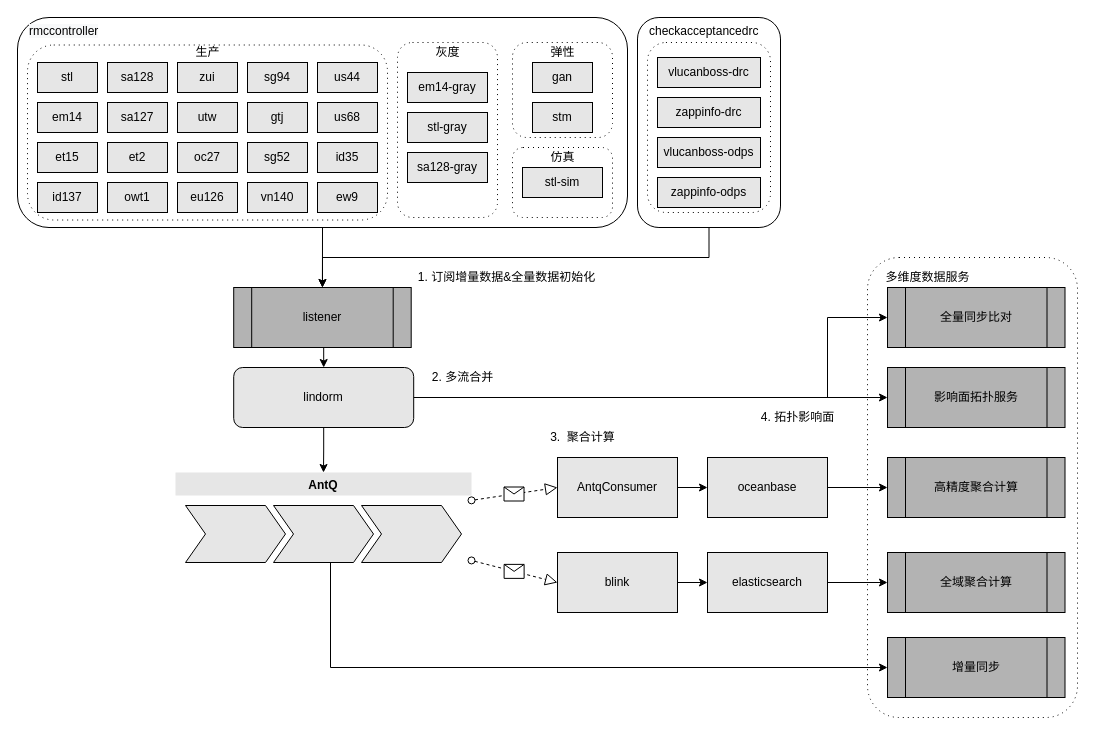
Earlier version of the draw.io diagram 蚂蚁金服/RMC/蚂蚁金服-RMC-[20200904]-数据链路.drawio (frankneu/draw.io). Source tidied: cells renumbered, new cells numbered last; positions are measured from the earlier drawing's top-left corner, leaving out a move shared by most shapes. Both pictures are drawn from the tidied source at 100%, with x=0, y=0 at pixel (17, 17).
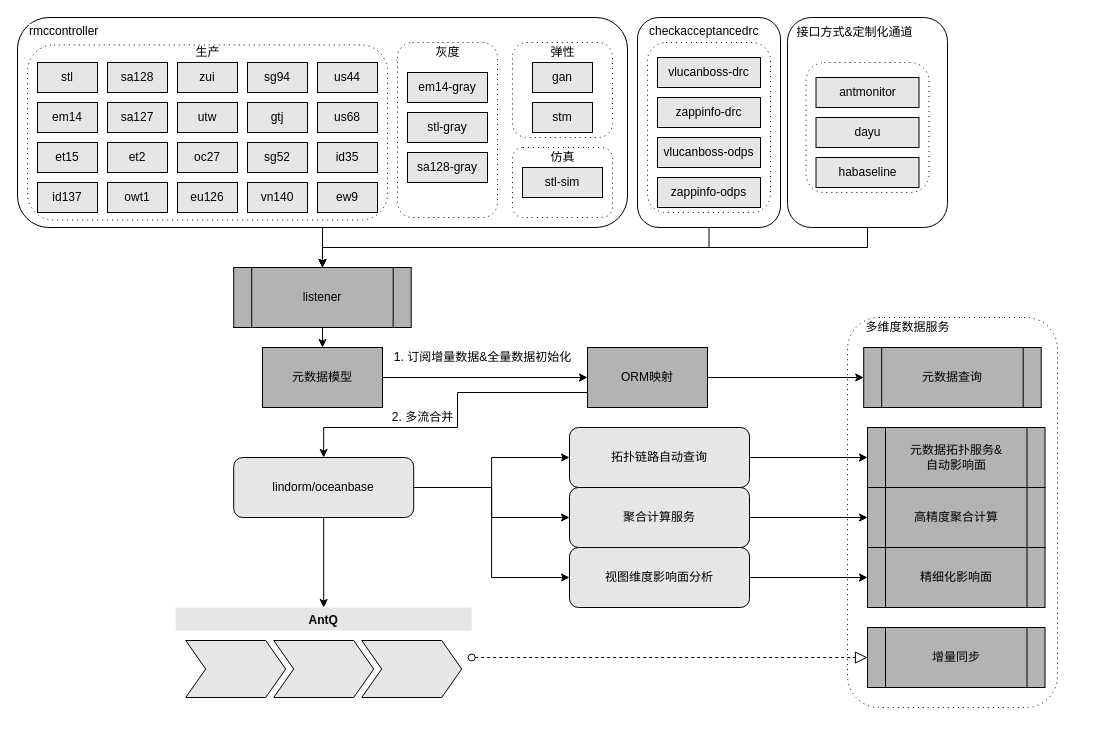
The same diagram, later.

Commit message:
Update 蚂蚁金服-RMC-[20200904]-数据链路.drawio

The change refers to these unchanged cells:
```xml
<mxCell id="72" style="shape=step;perimeter=stepPerimeter;fixedSize=1;points=[];fillColor=#E6E6E6;" parent="70" vertex="1">
  <mxGeometry x="98" y="33" width="100" height="57" as="geometry" />
</mxCell>
```

What changed in the source:
```diff
@@
     <mxCell id="8" style="shape=ext;rounded=1;html=1;whiteSpace=wrap;dashed=1;dashPattern=1 4;" parent="1" vertex="1">
-      <mxGeometry x="850" y="240" width="210" height="460" as="geometry" />
+      <mxGeometry x="830" y="300" width="210" height="390" as="geometry" />
     </mxCell>
@@
-    <mxCell id="30" style="edgeStyle=orthogonalEdgeStyle;rounded=0;jettySize=auto;html=1;exitX=1;exitY=0.5;exitDx=0;exitDy=0;entryX=0;entryY=0.5;entryDx=0;entryDy=0;strokeColor=#000000;fillColor=#E6E6E6;" parent="1" edge="1" source="31" target="66">
-      <mxGeometry relative="1" as="geometry" />
-    </mxCell>
-    <mxCell id="31" value="oceanbase" style="whiteSpace=wrap;html=1;rounded=0;fillColor=#E6E6E6;" parent="1" vertex="1">
-      <mxGeometry x="690" y="440" width="120" height="60" as="geometry" />
-    </mxCell>
-    <mxCell id="32" style="edgeStyle=orthogonalEdgeStyle;rounded=0;jettySize=auto;html=1;fillColor=#E6E6E6;" parent="1" edge="1" source="33" target="35">
-      <mxGeometry relative="1" as="geometry" />
-    </mxCell>
-    <mxCell id="33" value="blink" style="whiteSpace=wrap;html=1;rounded=0;fillColor=#E6E6E6;" parent="1" vertex="1">
-      <mxGeometry x="540" y="535" width="120" height="60" as="geometry" />
-    </mxCell>
-    <mxCell id="34" style="edgeStyle=orthogonalEdgeStyle;rounded=0;jettySize=auto;html=1;exitX=1;exitY=0.5;exitDx=0;exitDy=0;entryX=0;entryY=0.5;entryDx=0;entryDy=0;strokeColor=#000000;fillColor=#E6E6E6;" parent="1" edge="1" source="35" target="67">
-      <mxGeometry relative="1" as="geometry" />
-    </mxCell>
-    <mxCell id="35" value="elasticsearch" style="whiteSpace=wrap;html=1;rounded=0;fillColor=#E6E6E6;" parent="1" vertex="1">
-      <mxGeometry x="690" y="535" width="120" height="60" as="geometry" />
-    </mxCell>
@@
-    <mxCell id="37" style="edgeStyle=orthogonalEdgeStyle;rounded=0;jettySize=auto;html=1;exitX=1;exitY=0.5;exitDx=0;exitDy=0;strokeColor=#000000;fillColor=#E6E6E6;entryX=0;entryY=0.5;entryDx=0;entryDy=0;" parent="1" edge="1" source="39" target="65">
-      <mxGeometry relative="1" as="geometry" />
-    </mxCell>
-    <mxCell id="38" style="edgeStyle=orthogonalEdgeStyle;rounded=0;jettySize=auto;html=1;exitX=1;exitY=0.5;exitDx=0;exitDy=0;entryX=0;entryY=0.5;entryDx=0;entryDy=0;" parent="1" edge="1" source="39" target="78">
-      <mxGeometry relative="1" as="geometry">
-        <Array as="points">
-          <mxPoint x="810" y="380" />
-          <mxPoint x="810" y="300" />
-        </Array>
-      </mxGeometry>
-    </mxCell>
+    <mxCell id="82" style="edgeStyle=orthogonalEdgeStyle;rounded=0;jettySize=auto;html=1;exitX=1;exitY=0.5;exitDx=0;exitDy=0;entryX=0;entryY=0.5;entryDx=0;entryDy=0;" parent="1" edge="1" source="39" target="92">
+      <mxGeometry relative="1" as="geometry" />
+    </mxCell>
+    <mxCell id="83" style="edgeStyle=orthogonalEdgeStyle;rounded=0;jettySize=auto;html=1;exitX=1;exitY=0.5;exitDx=0;exitDy=0;entryX=0;entryY=0.5;entryDx=0;entryDy=0;" parent="1" edge="1" source="39" target="94">
+      <mxGeometry relative="1" as="geometry" />
+    </mxCell>
+    <mxCell id="84" style="edgeStyle=orthogonalEdgeStyle;rounded=0;jettySize=auto;html=1;exitX=1;exitY=0.5;exitDx=0;exitDy=0;entryX=0;entryY=0.5;entryDx=0;entryDy=0;" parent="1" edge="1" source="39" target="103">
+      <mxGeometry relative="1" as="geometry" />
+    </mxCell>
-    <mxCell id="39" value="lindorm" style="rounded=1;whiteSpace=wrap;html=1;fillColor=#E6E6E6;" parent="1" vertex="1">
-      <mxGeometry x="216.2" y="350" width="180" height="60" as="geometry" />
+    <mxCell id="39" value="lindorm/oceanbase" style="rounded=1;whiteSpace=wrap;html=1;fillColor=#E6E6E6;" parent="1" vertex="1">
+      <mxGeometry x="216.2" y="440" width="180" height="60" as="geometry" />
     </mxCell>
@@
-    <mxCell id="57" style="startArrow=oval;startFill=0;startSize=7;endArrow=block;endFill=0;endSize=10;dashed=1;html=1;strokeColor=#000000;fillColor=#E6E6E6;entryX=0;entryY=0.5;entryDx=0;entryDy=0;" parent="1" edge="1" source="70" target="60">
+    <mxCell id="57" style="startArrow=oval;startFill=0;startSize=7;endArrow=block;endFill=0;endSize=10;dashed=1;html=1;strokeColor=#000000;fillColor=#E6E6E6;entryX=0;entryY=0.5;entryDx=0;entryDy=0;" parent="1" edge="1" source="70" target="68">
       <mxGeometry relative="1" as="geometry" />
     </mxCell>
-    <mxCell id="58" style="shape=message;html=1;" parent="57" vertex="1">
-      <mxGeometry width="20" height="14" relative="1" as="geometry">
-        <mxPoint x="-10" y="-7" as="offset" />
-      </mxGeometry>
-    </mxCell>
-    <mxCell id="59" style="edgeStyle=orthogonalEdgeStyle;rounded=0;jettySize=auto;html=1;exitX=1;exitY=0.5;exitDx=0;exitDy=0;entryX=0;entryY=0.5;entryDx=0;entryDy=0;strokeColor=#000000;fillColor=#E6E6E6;" parent="1" edge="1" source="60" target="31">
-      <mxGeometry relative="1" as="geometry" />
-    </mxCell>
-    <mxCell id="60" value="AntqConsumer" style="whiteSpace=wrap;html=1;rounded=0;fillColor=#E6E6E6;" parent="1" vertex="1">
-      <mxGeometry x="540" y="440" width="120" height="60" as="geometry" />
-    </mxCell>
@@
-    <mxCell id="63" style="edgeStyle=orthogonalEdgeStyle;rounded=0;jettySize=auto;html=1;exitX=0.5;exitY=1;exitDx=0;exitDy=0;entryX=0.5;entryY=0;entryDx=0;entryDy=0;strokeColor=#000000;fillColor=#E6E6E6;" parent="1" edge="1" source="64" target="39">
-      <mxGeometry relative="1" as="geometry" />
-    </mxCell>
+    <mxCell id="85" style="edgeStyle=orthogonalEdgeStyle;rounded=0;jettySize=auto;html=1;" parent="1" edge="1" source="64" target="87">
+      <mxGeometry relative="1" as="geometry" />
+    </mxCell>
     <mxCell id="64" value="&lt;span&gt;listener&lt;/span&gt;" style="shape=process;whiteSpace=wrap;html=1;backgroundOutline=1;strokeColor=#000000;fillColor=#B3B3B3;" parent="1" vertex="1">
-      <mxGeometry x="216.2" y="270" width="177.5" height="60" as="geometry" />
+      <mxGeometry x="216.2" y="250" width="177.5" height="60" as="geometry" />
     </mxCell>
-    <mxCell id="65" value="&lt;span&gt;影响面拓扑服务&lt;/span&gt;" style="shape=process;whiteSpace=wrap;html=1;backgroundOutline=1;strokeColor=#000000;fillColor=#B3B3B3;" parent="1" vertex="1">
-      <mxGeometry x="870" y="350" width="177.5" height="60" as="geometry" />
+    <mxCell id="65" value="&lt;span&gt;元数据拓扑服务&amp;amp;&lt;br&gt;自动影响面&lt;/span&gt;" style="shape=process;whiteSpace=wrap;html=1;backgroundOutline=1;strokeColor=#000000;fillColor=#B3B3B3;" parent="1" vertex="1">
+      <mxGeometry x="850" y="410" width="177.5" height="60" as="geometry" />
     </mxCell>
     <mxCell id="66" value="&lt;span&gt;高精度聚合计算&lt;/span&gt;" style="shape=process;whiteSpace=wrap;html=1;backgroundOutline=1;strokeColor=#000000;fillColor=#B3B3B3;" parent="1" vertex="1">
-      <mxGeometry x="870" y="440" width="177.5" height="60" as="geometry" />
+      <mxGeometry x="850" y="470" width="177.5" height="60" as="geometry" />
     </mxCell>
-    <mxCell id="67" value="全域聚合计算" style="shape=process;whiteSpace=wrap;html=1;backgroundOutline=1;strokeColor=#000000;fillColor=#B3B3B3;" parent="1" vertex="1">
-      <mxGeometry x="870" y="535" width="177.5" height="60" as="geometry" />
-    </mxCell>
     <mxCell id="68" value="&lt;span&gt;增量同步&lt;/span&gt;" style="shape=process;whiteSpace=wrap;html=1;backgroundOutline=1;strokeColor=#000000;fillColor=#B3B3B3;" parent="1" vertex="1">
-      <mxGeometry x="870" y="620" width="177.5" height="60" as="geometry" />
+      <mxGeometry x="850" y="610" width="177.5" height="60" as="geometry" />
     </mxCell>
-    <mxCell id="69" style="edgeStyle=orthogonalEdgeStyle;rounded=0;jettySize=auto;html=1;entryX=0;entryY=0.5;entryDx=0;entryDy=0;strokeColor=#000000;fillColor=#E6E6E6;" parent="1" edge="1" source="72" target="68">
-      <mxGeometry relative="1" as="geometry">
-        <Array as="points">
-          <mxPoint x="313" y="650" />
-        </Array>
-      </mxGeometry>
-    </mxCell>
     <mxCell id="70" value="AntQ" style="swimlane;horizontal=1;fillColor=#E6E6E6;strokeColor=none;stackBorder=10;align=center;points=[];fontColor=#000000;" parent="1" vertex="1">
-      <mxGeometry x="158" y="455" width="296" height="100" as="geometry" />
+      <mxGeometry x="158.2" y="590" width="296" height="100" as="geometry" />
     </mxCell>
@@
     <mxCell id="74" value="多维度数据服务" style="text;html=1;align=center;verticalAlign=middle;" parent="1" vertex="1">
-      <mxGeometry x="860" y="250" width="100" height="20" as="geometry" />
+      <mxGeometry x="840" y="300" width="100" height="20" as="geometry" />
     </mxCell>
     <mxCell id="75" value="1. 订阅增量数据&amp;amp;全量数据初始化" style="text;html=1;align=center;verticalAlign=middle;" parent="1" vertex="1">
-      <mxGeometry x="393.8" y="250" width="190" height="20" as="geometry" />
+      <mxGeometry x="370" y="330" width="190" height="20" as="geometry" />
     </mxCell>
     <mxCell id="76" value="2. 多流合并" style="text;html=1;align=center;verticalAlign=middle;" parent="1" vertex="1">
-      <mxGeometry x="405" y="350" width="80" height="20" as="geometry" />
+      <mxGeometry x="365" y="390" width="80" height="20" as="geometry" />
     </mxCell>
-    <mxCell id="77" value="3.&amp;nbsp; 聚合计算" style="text;html=1;align=center;verticalAlign=middle;" parent="1" vertex="1">
-      <mxGeometry x="525" y="410" width="80" height="20" as="geometry" />
-    </mxCell>
-    <mxCell id="78" value="&lt;span&gt;全量同步比对&lt;/span&gt;" style="shape=process;whiteSpace=wrap;html=1;backgroundOutline=1;strokeColor=#000000;fillColor=#B3B3B3;" parent="1" vertex="1">
-      <mxGeometry x="870" y="270" width="177.5" height="60" as="geometry" />
+    <mxCell id="78" value="&lt;span&gt;元数据查询&lt;/span&gt;" style="shape=process;whiteSpace=wrap;html=1;backgroundOutline=1;strokeColor=#000000;fillColor=#B3B3B3;" parent="1" vertex="1">
+      <mxGeometry x="846.2" y="330" width="177.5" height="60" as="geometry" />
     </mxCell>
-    <mxCell id="79" style="startArrow=oval;startFill=0;startSize=7;endArrow=block;endFill=0;endSize=10;dashed=1;html=1;strokeColor=#000000;fillColor=#E6E6E6;entryX=0;entryY=0.5;entryDx=0;entryDy=0;" parent="1" edge="1" source="70" target="33">
-      <mxGeometry relative="1" as="geometry" />
-    </mxCell>
-    <mxCell id="80" style="shape=message;html=1;" parent="79" vertex="1">
-      <mxGeometry width="20" height="14" relative="1" as="geometry">
-        <mxPoint x="-10" y="-7" as="offset" />
-      </mxGeometry>
-    </mxCell>
-    <mxCell id="81" value="4. 拓扑影响面" style="text;html=1;align=center;verticalAlign=middle;" parent="1" vertex="1">
-      <mxGeometry x="735" y="390" width="90" height="20" as="geometry" />
-    </mxCell>
+    <mxCell id="86" style="edgeStyle=orthogonalEdgeStyle;rounded=0;jettySize=auto;html=1;" parent="1" edge="1" source="87" target="90">
+      <mxGeometry relative="1" as="geometry" />
+    </mxCell>
+    <mxCell id="87" value="元数据模型" style="whiteSpace=wrap;html=1;fillColor=#B3B3B3;" parent="1" vertex="1">
+      <mxGeometry x="245" y="330" width="120" height="60" as="geometry" />
+    </mxCell>
+    <mxCell id="88" style="edgeStyle=orthogonalEdgeStyle;rounded=0;jettySize=auto;html=1;exitX=0;exitY=0.75;exitDx=0;exitDy=0;entryX=0.5;entryY=0;entryDx=0;entryDy=0;" parent="1" edge="1" source="90" target="39">
+      <mxGeometry relative="1" as="geometry">
+        <Array as="points">
+          <mxPoint x="440" y="375" />
+          <mxPoint x="440" y="410" />
+          <mxPoint x="306" y="410" />
+        </Array>
+      </mxGeometry>
+    </mxCell>
+    <mxCell id="89" style="edgeStyle=orthogonalEdgeStyle;rounded=0;jettySize=auto;html=1;exitX=1;exitY=0.5;exitDx=0;exitDy=0;entryX=0;entryY=0.5;entryDx=0;entryDy=0;" parent="1" edge="1" source="90" target="78">
+      <mxGeometry relative="1" as="geometry" />
+    </mxCell>
+    <mxCell id="90" value="ORM映射" style="whiteSpace=wrap;html=1;fillColor=#B3B3B3;" parent="1" vertex="1">
+      <mxGeometry x="570" y="330" width="120" height="60" as="geometry" />
+    </mxCell>
+    <mxCell id="91" style="edgeStyle=orthogonalEdgeStyle;rounded=0;jettySize=auto;html=1;exitX=1;exitY=0.5;exitDx=0;exitDy=0;" parent="1" edge="1" source="92" target="65">
+      <mxGeometry relative="1" as="geometry" />
+    </mxCell>
+    <mxCell id="92" value="拓扑链路自动查询" style="rounded=1;whiteSpace=wrap;html=1;fillColor=#E6E6E6;" parent="1" vertex="1">
+      <mxGeometry x="552" y="410" width="180" height="60" as="geometry" />
+    </mxCell>
+    <mxCell id="93" style="edgeStyle=orthogonalEdgeStyle;rounded=0;jettySize=auto;html=1;exitX=1;exitY=0.5;exitDx=0;exitDy=0;" parent="1" edge="1" source="94" target="66">
+      <mxGeometry relative="1" as="geometry" />
+    </mxCell>
+    <mxCell id="94" value="聚合计算服务" style="rounded=1;whiteSpace=wrap;html=1;fillColor=#E6E6E6;" parent="1" vertex="1">
+      <mxGeometry x="552" y="470" width="180" height="60" as="geometry" />
+    </mxCell>
+    <mxCell id="95" style="edgeStyle=orthogonalEdgeStyle;rounded=0;jettySize=auto;html=1;exitX=0.5;exitY=1;exitDx=0;exitDy=0;entryX=0.5;entryY=0;entryDx=0;entryDy=0;" parent="1" edge="1" source="96" target="64">
+      <mxGeometry relative="1" as="geometry" />
+    </mxCell>
+    <mxCell id="96" style="rounded=1;whiteSpace=wrap;html=1;" parent="1" vertex="1">
+      <mxGeometry x="770" width="160" height="210" as="geometry" />
+    </mxCell>
+    <mxCell id="97" value="接口方式&amp;amp;定制化通道" style="text;html=1;align=center;verticalAlign=middle;" parent="1" vertex="1">
+      <mxGeometry x="771.5" y="5" width="130" height="20" as="geometry" />
+    </mxCell>
+    <mxCell id="98" style="shape=ext;rounded=1;html=1;whiteSpace=wrap;dashed=1;dashPattern=1 4;" parent="1" vertex="1">
+      <mxGeometry x="788.5" y="45" width="123" height="130" as="geometry" />
+    </mxCell>
+    <mxCell id="99" value="antmonitor" style="rounded=0;whiteSpace=wrap;html=1;fillColor=#E6E6E6;" parent="1" vertex="1">
+      <mxGeometry x="798.5" y="60" width="103" height="30" as="geometry" />
+    </mxCell>
+    <mxCell id="100" value="dayu" style="rounded=0;whiteSpace=wrap;html=1;fillColor=#E6E6E6;" parent="1" vertex="1">
+      <mxGeometry x="798.5" y="100" width="103" height="30" as="geometry" />
+    </mxCell>
+    <mxCell id="101" value="habaseline" style="rounded=0;whiteSpace=wrap;html=1;fillColor=#E6E6E6;" parent="1" vertex="1">
+      <mxGeometry x="798.5" y="140" width="103" height="30" as="geometry" />
+    </mxCell>
+    <mxCell id="102" style="edgeStyle=orthogonalEdgeStyle;rounded=0;jettySize=auto;html=1;exitX=1;exitY=0.5;exitDx=0;exitDy=0;entryX=0;entryY=0.5;entryDx=0;entryDy=0;" parent="1" edge="1" source="103" target="104">
+      <mxGeometry relative="1" as="geometry" />
+    </mxCell>
+    <mxCell id="103" value="视图维度影响面分析" style="rounded=1;whiteSpace=wrap;html=1;fillColor=#E6E6E6;" parent="1" vertex="1">
+      <mxGeometry x="552" y="530" width="180" height="60" as="geometry" />
+    </mxCell>
+    <mxCell id="104" value="&lt;span&gt;精细化影响面&lt;/span&gt;" style="shape=process;whiteSpace=wrap;html=1;backgroundOutline=1;strokeColor=#000000;fillColor=#B3B3B3;" parent="1" vertex="1">
+      <mxGeometry x="850" y="530" width="177.5" height="60" as="geometry" />
+    </mxCell>
```
